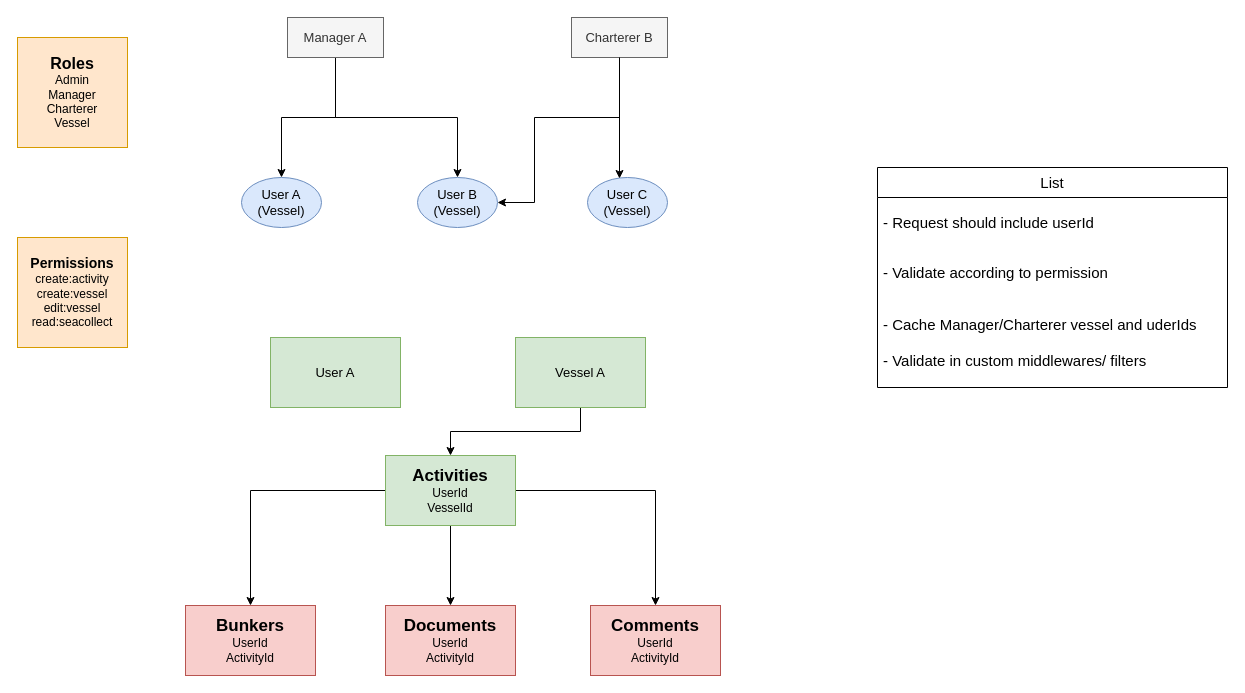
The draw.io diagram page "Roles" (12 of 12) of mrvtool.drawio in dagistan-tuncbilek/tasarimlar, before the edit. Source tidied: cells renumbered, new cells numbered last; positions are measured from the earlier drawing's top-left corner, leaving out a move shared by most shapes. Both pictures are drawn from the tidied source at 100%, with x=0, y=0 at pixel (17, 17).
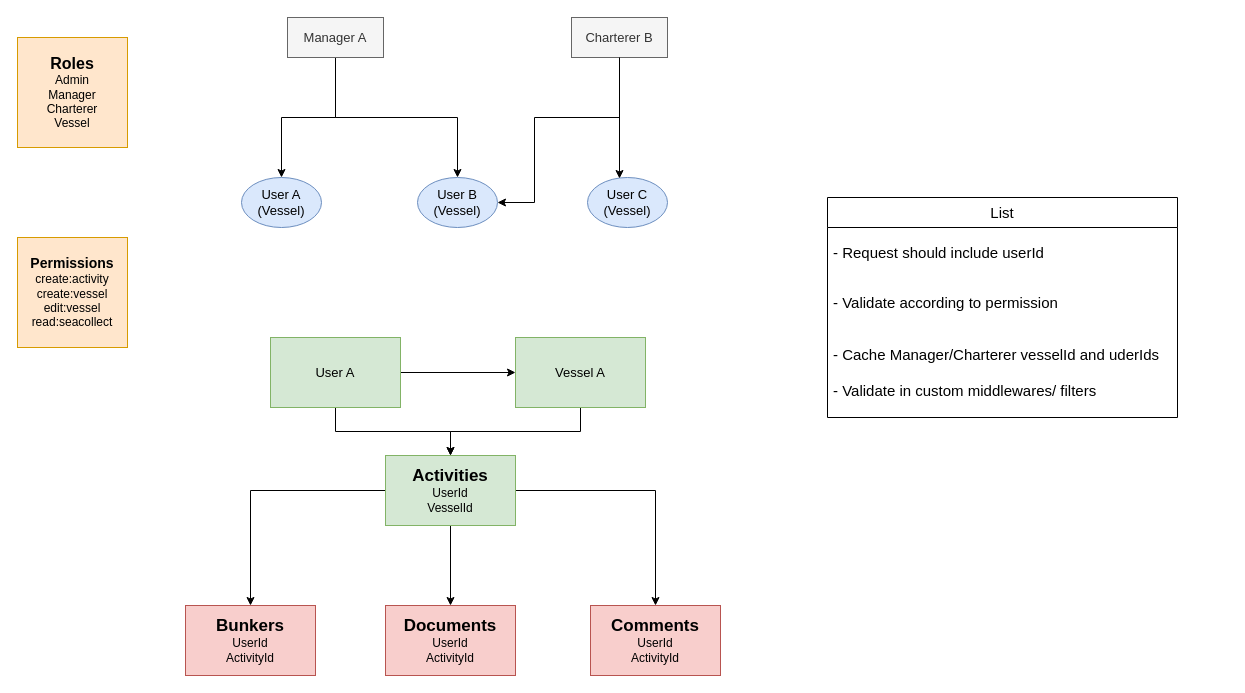
After the change.

Unchanged cells that the change refers to:
```xml
<mxCell id="15" value="&lt;div&gt;&lt;font style=&quot;font-size: 17px;&quot;&gt;&lt;b&gt;Activities&lt;/b&gt;&lt;/font&gt;&lt;/div&gt;&lt;div&gt;UserId&lt;/div&gt;&lt;div&gt;VesselId&lt;/div&gt;" style="rounded=0;whiteSpace=wrap;html=1;fillColor=#d5e8d4;strokeColor=#82b366;" parent="1" vertex="1">
  <mxGeometry x="368" y="438" width="130" height="70" as="geometry" />
</mxCell>
<mxCell id="20" value="Vessel A" style="rounded=0;whiteSpace=wrap;html=1;fillColor=#d5e8d4;strokeColor=#82b366;fontSize=13;" parent="1" vertex="1">
  <mxGeometry x="498" y="320" width="130" height="70" as="geometry" />
</mxCell>
<mxCell id="22" value="User A" style="rounded=0;whiteSpace=wrap;html=1;fillColor=#d5e8d4;strokeColor=#82b366;fontSize=13;" parent="1" vertex="1">
  <mxGeometry x="253" y="320" width="130" height="70" as="geometry" />
</mxCell>
```

What changed in the source:
```diff
@@
+    <mxCell id="27" style="edgeStyle=orthogonalEdgeStyle;rounded=0;jettySize=auto;html=1;entryX=0.5;entryY=0;entryDx=0;entryDy=0;" parent="1" edge="1" source="22" target="15">
+      <mxGeometry relative="1" as="geometry" />
+    </mxCell>
+    <mxCell id="28" style="edgeStyle=orthogonalEdgeStyle;rounded=0;jettySize=auto;html=1;entryX=0;entryY=0.5;entryDx=0;entryDy=0;" parent="1" edge="1" source="22" target="20">
+      <mxGeometry relative="1" as="geometry" />
+    </mxCell>
@@
     <mxCell id="23" value="List" style="swimlane;fontStyle=0;horizontal=1;startSize=30;whiteSpace=wrap;html=1;fontSize=15;" parent="1" vertex="1">
-      <mxGeometry x="860" y="150" width="350" height="220" as="geometry" />
+      <mxGeometry x="810" y="180" width="350" height="220" as="geometry" />
     </mxCell>
@@
-    <mxCell id="26" value="&lt;div&gt;- Cache Manager/Charterer vessel and uderIds&lt;/div&gt;&lt;div&gt;&lt;br&gt;&lt;/div&gt;&lt;div&gt;- Validate in custom middlewares/ filters&lt;/div&gt;" style="text;strokeColor=none;fillColor=none;align=left;verticalAlign=middle;spacingLeft=4;spacingRight=4;overflow=hidden;whiteSpace=wrap;html=1;fontSize=15;" parent="23" vertex="1">
+    <mxCell id="26" value="&lt;div&gt;- Cache Manager/Charterer vesselId and uderIds&lt;/div&gt;&lt;div&gt;&lt;br&gt;&lt;/div&gt;&lt;div&gt;- Validate in custom middlewares/ filters&lt;/div&gt;" style="text;strokeColor=none;fillColor=none;align=left;verticalAlign=middle;spacingLeft=4;spacingRight=4;overflow=hidden;whiteSpace=wrap;html=1;fontSize=15;" parent="23" vertex="1">
       <mxGeometry y="130" width="350" height="90" as="geometry" />
     </mxCell>
```
